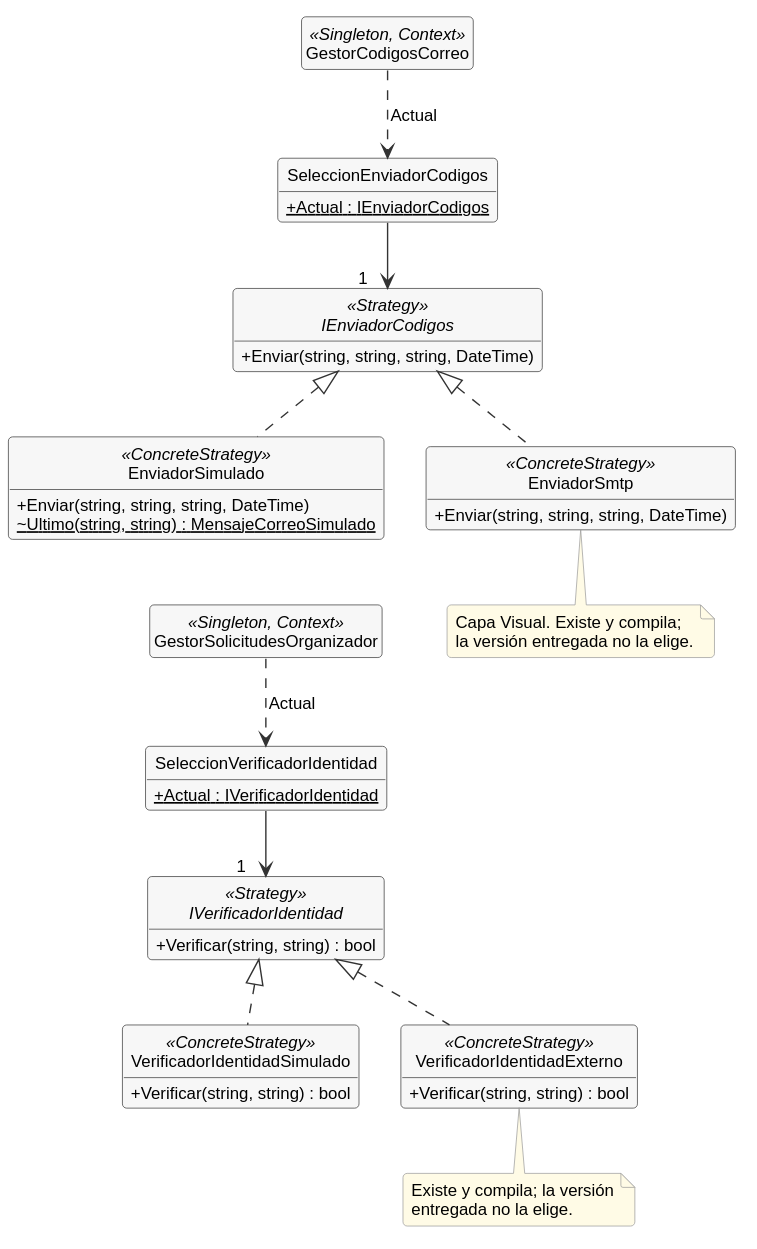
The PlantUML diagram docs/diagramas/clases-8d-patron-strategy-cuenta.svg in MaximoAmbro/TrabajoDeDiploma, before a commit.
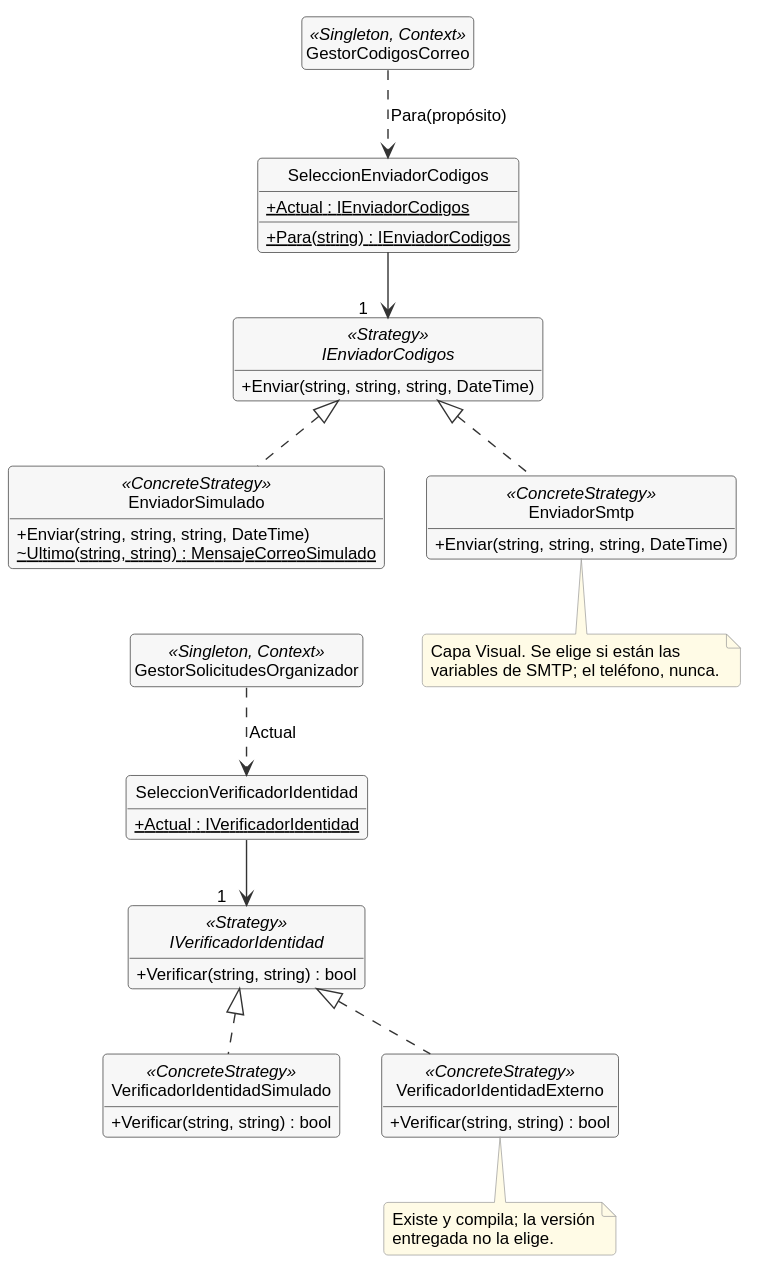
The same file after the commit.

The edit, as a diff of the source:
```diff
@@ -17,6 +17,7 @@
 }
 class SeleccionEnviadorCodigos {
   + {static} Actual : IEnviadorCodigos
+  + {static} Para(string) : IEnviadorCodigos
 }
 
 class GestorSolicitudesOrganizador <<Singleton, Context>>
@@ -33,7 +34,7 @@
   + {static} Actual : IVerificadorIdentidad
 }
 
-GestorCodigosCorreo ..> SeleccionEnviadorCodigos : Actual
+GestorCodigosCorreo ..> SeleccionEnviadorCodigos : Para(propósito)
 SeleccionEnviadorCodigos --> "1$_" IEnviadorCodigos
 IEnviadorCodigos <|.. EnviadorSimulado
 IEnviadorCodigos <|.. EnviadorSmtp
@@ -46,8 +47,8 @@
 IVerificadorIdentidad <|.. VerificadorIdentidadExterno
 
 note bottom of EnviadorSmtp
-  Capa Visual. Existe y compila;
-  la versión entregada no la elige.
+  Capa Visual. Se elige si están las
+  variables de SMTP; el teléfono, nunca.
 end note
 note bottom of VerificadorIdentidadExterno
   Existe y compila; la versión
```
